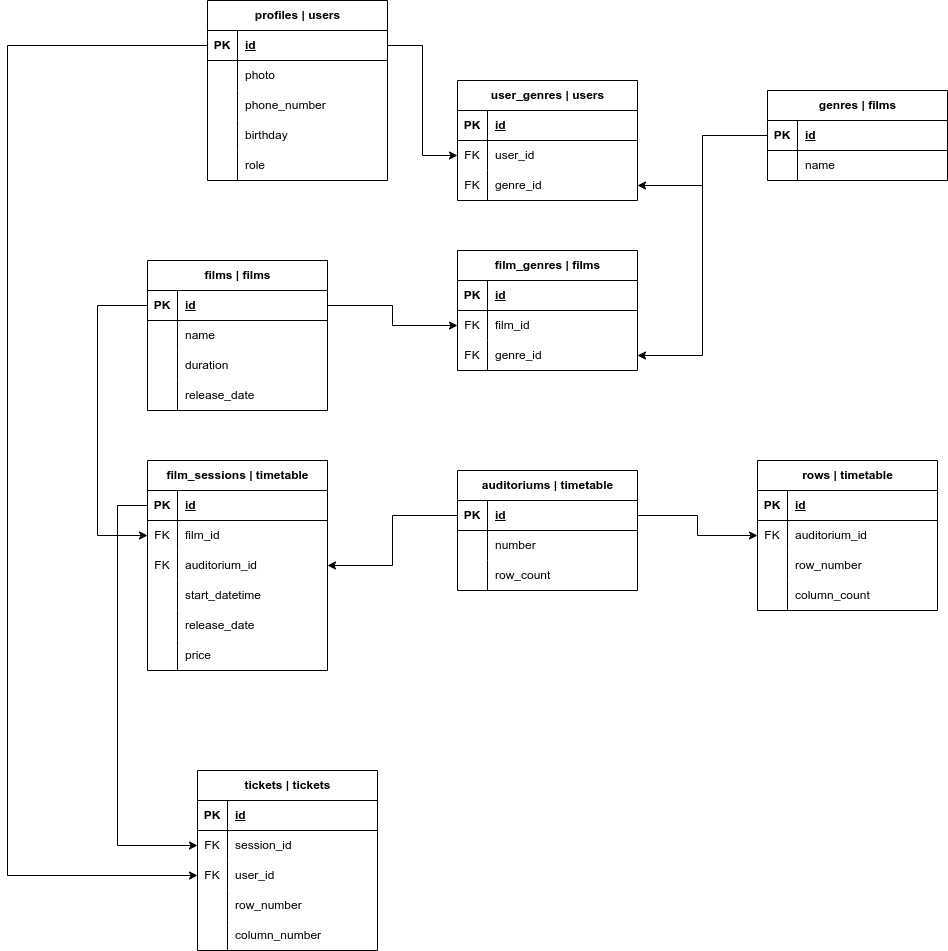
AndreiDuvakin/Django_CineSync keeps this draw.io diagram as Документы/База.drawio.png. Above is the earlier version. Source tidied: cells renumbered, new cells last; positions are measured from the earlier drawing's top-left corner, leaving out a move shared by most shapes.
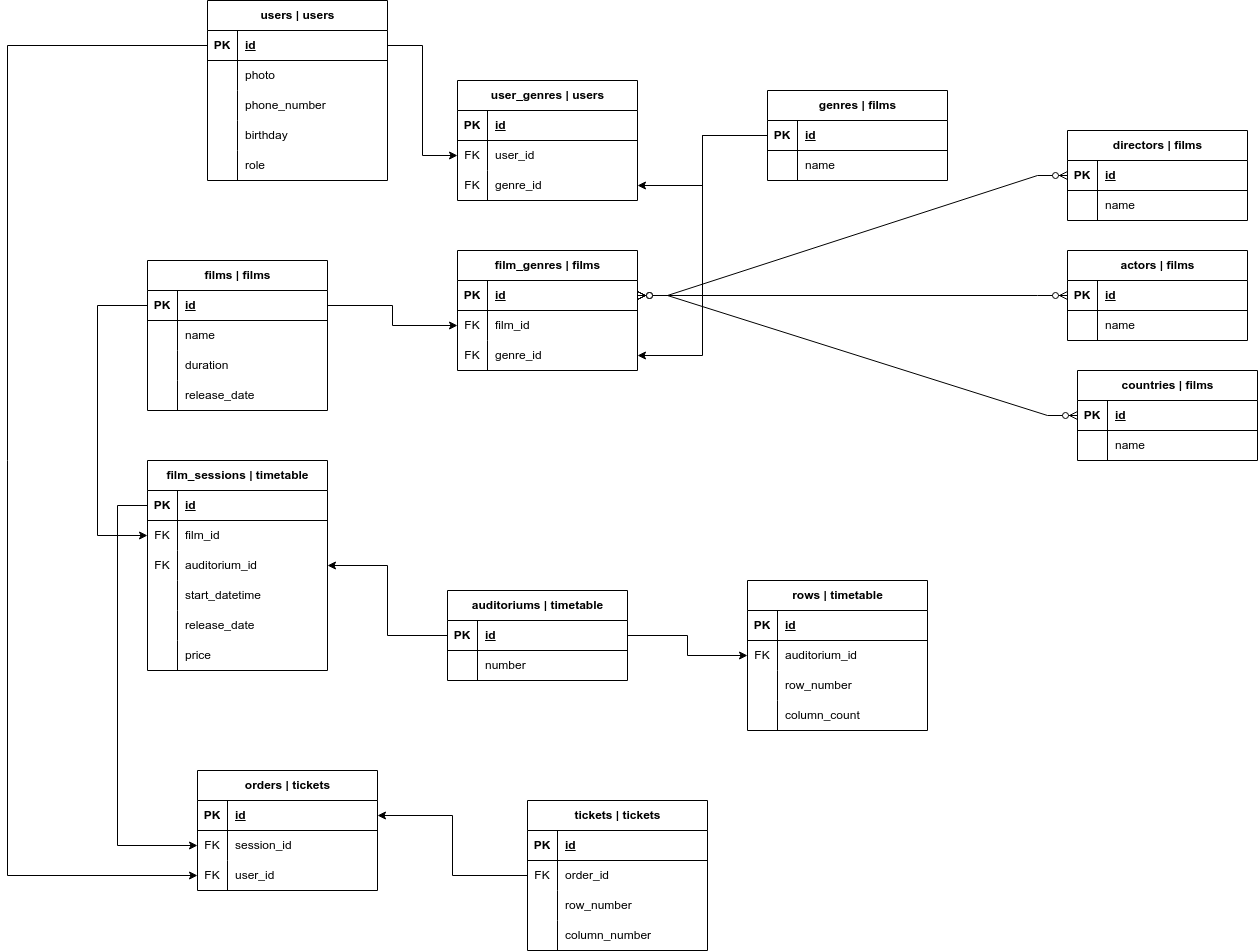
Later version of the same file.

Diff of the diagram source:
```diff
@@ -2,7 +2,7 @@
   <root>
     <mxCell id="0" />
     <mxCell id="1" parent="0" />
-    <mxCell id="2" value="profiles | users" style="shape=table;startSize=30;rowLines=0;fontStyle=1;align=center;html=1;" parent="1" vertex="1">
+    <mxCell id="2" value="users | users" style="shape=table;startSize=30;rowLines=0;fontStyle=1;align=center;html=1;" parent="1" vertex="1">
       <mxGeometry x="200" width="180" height="180" as="geometry" />
     </mxCell>
     <mxCell id="3" style="shape=tableRow;horizontal=0;startSize=0;swimlaneHead=0;swimlaneBody=0;fillColor=none;points=[[0,0.5],[1,0.5]];portConstraint=eastwest;top=0;left=0;right=0;bottom=1;" parent="2" vertex="1">
@@ -14,13 +14,13 @@
     <mxCell id="5" value="id" style="shape=partialRectangle;fillColor=none;top=0;left=0;bottom=0;right=0;align=left;spacingLeft=6;fontStyle=5;overflow=hidden;whiteSpace=wrap;html=1;" parent="3" vertex="1">
       <mxGeometry x="30" width="150" height="30" as="geometry" />
     </mxCell>
-    <mxCell id="6" style="shape=tableRow;horizontal=0;startSize=0;swimlaneHead=0;swimlaneBody=0;fillColor=none;top=0;left=0;right=0;bottom=0;" parent="2" vertex="1">
-      <mxGeometry y="60" width="180" height="30" as="geometry" />
-    </mxCell>
-    <mxCell id="7" style="shape=partialRectangle;fillColor=none;top=0;left=0;bottom=0;right=0;overflow=hidden;whiteSpace=wrap;html=1;" parent="6" vertex="1">
-      <mxGeometry width="30" height="30" as="geometry" />
-    </mxCell>
+    <mxCell id="125" style="shape=tableRow;horizontal=0;startSize=0;swimlaneHead=0;swimlaneBody=0;fillColor=none;top=0;left=0;right=0;bottom=0;" parent="2" vertex="1">
+      <mxGeometry y="60" width="180" height="30" as="geometry" />
+    </mxCell>
+    <mxCell id="126" style="shape=partialRectangle;fillColor=none;top=0;left=0;bottom=0;right=0;overflow=hidden;whiteSpace=wrap;html=1;" parent="125" vertex="1">
+      <mxGeometry width="30" height="30" as="geometry" />
+    </mxCell>
-    <mxCell id="8" value="photo" style="shape=partialRectangle;fillColor=none;top=0;left=0;bottom=0;right=0;align=left;spacingLeft=6;overflow=hidden;whiteSpace=wrap;html=1;" parent="6" vertex="1">
+    <mxCell id="8" value="photo" style="shape=partialRectangle;fillColor=none;top=0;left=0;bottom=0;right=0;align=left;spacingLeft=6;overflow=hidden;whiteSpace=wrap;html=1;" parent="125" vertex="1">
       <mxGeometry x="30" width="150" height="30" as="geometry" />
     </mxCell>
     <mxCell id="9" style="shape=tableRow;horizontal=0;startSize=0;swimlaneHead=0;swimlaneBody=0;fillColor=none;top=0;left=0;right=0;bottom=0;" parent="2" vertex="1">
@@ -248,7 +248,7 @@
       </mxGeometry>
     </mxCell>
     <mxCell id="82" value="auditoriums | timetable" style="shape=table;startSize=30;rowLines=0;fontStyle=1;align=center;html=1;" parent="1" vertex="1">
-      <mxGeometry x="450" y="470" width="180" height="120" as="geometry" />
+      <mxGeometry x="440" y="590" width="180" height="90" as="geometry" />
     </mxCell>
     <mxCell id="83" style="shape=tableRow;horizontal=0;startSize=0;swimlaneHead=0;swimlaneBody=0;fillColor=none;points=[[0,0.5],[1,0.5]];portConstraint=eastwest;top=0;left=0;right=0;bottom=1;" parent="82" vertex="1">
       <mxGeometry y="30" width="180" height="30" as="geometry" />
@@ -268,17 +268,8 @@
     <mxCell id="88" value="number" style="shape=partialRectangle;fillColor=none;top=0;left=0;bottom=0;right=0;align=left;spacingLeft=6;overflow=hidden;whiteSpace=wrap;html=1;" parent="86" vertex="1">
       <mxGeometry x="30" width="150" height="30" as="geometry" />
     </mxCell>
-    <mxCell id="89" style="shape=tableRow;horizontal=0;startSize=0;swimlaneHead=0;swimlaneBody=0;fillColor=none;top=0;left=0;right=0;bottom=0;" parent="82" vertex="1">
-      <mxGeometry y="90" width="180" height="30" as="geometry" />
-    </mxCell>
-    <mxCell id="90" style="shape=partialRectangle;fillColor=none;top=0;left=0;bottom=0;right=0;overflow=hidden;whiteSpace=wrap;html=1;" parent="89" vertex="1">
-      <mxGeometry width="30" height="30" as="geometry" />
-    </mxCell>
-    <mxCell id="91" value="row_count" style="shape=partialRectangle;fillColor=none;top=0;left=0;bottom=0;right=0;align=left;spacingLeft=6;overflow=hidden;whiteSpace=wrap;html=1;" parent="89" vertex="1">
-      <mxGeometry x="30" width="150" height="30" as="geometry" />
-    </mxCell>
     <mxCell id="92" value="rows | timetable" style="shape=table;startSize=30;rowLines=0;fontStyle=1;align=center;html=1;" parent="1" vertex="1">
-      <mxGeometry x="750" y="460" width="180" height="150" as="geometry" />
+      <mxGeometry x="740" y="580" width="180" height="150" as="geometry" />
     </mxCell>
     <mxCell id="93" style="shape=tableRow;horizontal=0;startSize=0;swimlaneHead=0;swimlaneBody=0;fillColor=none;top=0;left=0;right=0;bottom=1;" parent="92" vertex="1">
       <mxGeometry y="30" width="180" height="30" as="geometry" />
@@ -322,8 +313,8 @@
     <mxCell id="106" style="edgeStyle=orthogonalEdgeStyle;rounded=0;jettySize=auto;html=1;entryX=1;entryY=0.5;entryDx=0;entryDy=0;" parent="1" edge="1" source="83" target="69">
       <mxGeometry relative="1" as="geometry" />
     </mxCell>
-    <mxCell id="107" value="tickets | tickets" style="shape=table;startSize=30;rowLines=0;fontStyle=1;align=center;html=1;" parent="1" vertex="1">
-      <mxGeometry x="190" y="770" width="180" height="180" as="geometry" />
+    <mxCell id="107" value="orders | tickets" style="shape=table;startSize=30;rowLines=0;fontStyle=1;align=center;html=1;" parent="1" vertex="1">
+      <mxGeometry x="190" y="770" width="180" height="120" as="geometry" />
     </mxCell>
     <mxCell id="108" style="shape=tableRow;horizontal=0;startSize=0;swimlaneHead=0;swimlaneBody=0;fillColor=none;points=[[0,0.5],[1,0.5]];portConstraint=eastwest;top=0;left=0;right=0;bottom=1;" parent="107" vertex="1">
       <mxGeometry y="30" width="180" height="30" as="geometry" />
@@ -352,24 +343,6 @@
     <mxCell id="116" value="user_id" style="shape=partialRectangle;fillColor=none;top=0;left=0;bottom=0;right=0;align=left;spacingLeft=6;overflow=hidden;whiteSpace=wrap;html=1;" parent="114" vertex="1">
       <mxGeometry x="30" width="150" height="30" as="geometry" />
     </mxCell>
-    <mxCell id="117" style="shape=tableRow;horizontal=0;startSize=0;swimlaneHead=0;swimlaneBody=0;fillColor=none;top=0;left=0;right=0;bottom=0;" parent="107" vertex="1">
-      <mxGeometry y="120" width="180" height="30" as="geometry" />
-    </mxCell>
-    <mxCell id="118" style="shape=partialRectangle;fillColor=none;top=0;left=0;bottom=0;right=0;overflow=hidden;whiteSpace=wrap;html=1;" parent="117" vertex="1">
-      <mxGeometry width="30" height="30" as="geometry" />
-    </mxCell>
-    <mxCell id="119" value="row_number" style="shape=partialRectangle;fillColor=none;top=0;left=0;bottom=0;right=0;align=left;spacingLeft=6;overflow=hidden;whiteSpace=wrap;html=1;" parent="117" vertex="1">
-      <mxGeometry x="30" width="150" height="30" as="geometry" />
-    </mxCell>
-    <mxCell id="120" style="shape=tableRow;horizontal=0;startSize=0;swimlaneHead=0;swimlaneBody=0;fillColor=none;top=0;left=0;right=0;bottom=0;" parent="107" vertex="1">
-      <mxGeometry y="150" width="180" height="30" as="geometry" />
-    </mxCell>
-    <mxCell id="121" style="shape=partialRectangle;fillColor=none;top=0;left=0;bottom=0;right=0;overflow=hidden;whiteSpace=wrap;html=1;" parent="120" vertex="1">
-      <mxGeometry width="30" height="30" as="geometry" />
-    </mxCell>
-    <mxCell id="122" value="column_number" style="shape=partialRectangle;fillColor=none;top=0;left=0;bottom=0;right=0;align=left;spacingLeft=6;overflow=hidden;whiteSpace=wrap;html=1;" parent="120" vertex="1">
-      <mxGeometry x="30" width="150" height="30" as="geometry" />
-    </mxCell>
     <mxCell id="123" style="edgeStyle=orthogonalEdgeStyle;rounded=0;jettySize=auto;html=1;entryX=0;entryY=0.5;entryDx=0;entryDy=0;" parent="1" edge="1" source="63" target="111">
       <mxGeometry relative="1" as="geometry">
         <Array as="points">
@@ -386,5 +359,119 @@
         </Array>
       </mxGeometry>
     </mxCell>
+    <mxCell id="127" style="edgeStyle=orthogonalEdgeStyle;rounded=0;jettySize=auto;html=1;entryX=1;entryY=0.5;entryDx=0;entryDy=0;" parent="1" edge="1" source="128" target="108">
+      <mxGeometry relative="1" as="geometry" />
+    </mxCell>
+    <mxCell id="128" value="tickets | tickets" style="shape=table;startSize=30;rowLines=0;fontStyle=1;align=center;html=1;" parent="1" vertex="1">
+      <mxGeometry x="520" y="800" width="180" height="150" as="geometry" />
+    </mxCell>
+    <mxCell id="129" style="shape=tableRow;horizontal=0;startSize=0;swimlaneHead=0;swimlaneBody=0;fillColor=none;top=0;left=0;right=0;bottom=1;" parent="128" vertex="1">
+      <mxGeometry y="30" width="180" height="30" as="geometry" />
+    </mxCell>
+    <mxCell id="130" value="PK" style="shape=partialRectangle;fillColor=none;top=0;left=0;bottom=0;right=0;fontStyle=1;overflow=hidden;whiteSpace=wrap;html=1;" parent="129" vertex="1">
+      <mxGeometry width="30" height="30" as="geometry" />
+    </mxCell>
+    <mxCell id="131" value="id" style="shape=partialRectangle;fillColor=none;top=0;left=0;bottom=0;right=0;align=left;spacingLeft=6;fontStyle=5;overflow=hidden;whiteSpace=wrap;html=1;" parent="129" vertex="1">
+      <mxGeometry x="30" width="150" height="30" as="geometry" />
+    </mxCell>
+    <mxCell id="132" style="shape=tableRow;horizontal=0;startSize=0;swimlaneHead=0;swimlaneBody=0;fillColor=none;top=0;left=0;right=0;bottom=0;" parent="128" vertex="1">
+      <mxGeometry y="60" width="180" height="30" as="geometry" />
+    </mxCell>
+    <mxCell id="133" value="FK" style="shape=partialRectangle;fillColor=none;top=0;left=0;bottom=0;right=0;overflow=hidden;whiteSpace=wrap;html=1;" parent="132" vertex="1">
+      <mxGeometry width="30" height="30" as="geometry" />
+    </mxCell>
+    <mxCell id="134" value="order_id" style="shape=partialRectangle;fillColor=none;top=0;left=0;bottom=0;right=0;align=left;spacingLeft=6;overflow=hidden;whiteSpace=wrap;html=1;" parent="132" vertex="1">
+      <mxGeometry x="30" width="150" height="30" as="geometry" />
+    </mxCell>
+    <mxCell id="89" style="shape=tableRow;horizontal=0;startSize=0;swimlaneHead=0;swimlaneBody=0;fillColor=none;top=0;left=0;right=0;bottom=0;" parent="128" vertex="1">
+      <mxGeometry y="90" width="180" height="30" as="geometry" />
+    </mxCell>
+    <mxCell id="135" style="shape=partialRectangle;fillColor=none;top=0;left=0;bottom=0;right=0;overflow=hidden;whiteSpace=wrap;html=1;" parent="89" vertex="1">
+      <mxGeometry width="30" height="30" as="geometry" />
+    </mxCell>
+    <mxCell id="119" value="row_number" style="shape=partialRectangle;fillColor=none;top=0;left=0;bottom=0;right=0;align=left;spacingLeft=6;overflow=hidden;whiteSpace=wrap;html=1;" parent="89" vertex="1">
+      <mxGeometry x="30" width="150" height="30" as="geometry" />
+    </mxCell>
+    <mxCell id="117" style="shape=tableRow;horizontal=0;startSize=0;swimlaneHead=0;swimlaneBody=0;fillColor=none;top=0;left=0;right=0;bottom=0;" parent="128" vertex="1">
+      <mxGeometry y="120" width="180" height="30" as="geometry" />
+    </mxCell>
+    <mxCell id="136" style="shape=partialRectangle;fillColor=none;top=0;left=0;bottom=0;right=0;overflow=hidden;whiteSpace=wrap;html=1;" parent="117" vertex="1">
+      <mxGeometry width="30" height="30" as="geometry" />
+    </mxCell>
+    <mxCell id="122" value="column_number" style="shape=partialRectangle;fillColor=none;top=0;left=0;bottom=0;right=0;align=left;spacingLeft=6;overflow=hidden;whiteSpace=wrap;html=1;" parent="117" vertex="1">
+      <mxGeometry x="30" width="150" height="30" as="geometry" />
+    </mxCell>
+    <mxCell id="137" value="countries | films" style="shape=table;startSize=30;rowLines=0;fontStyle=1;align=center;html=1;" parent="1" vertex="1">
+      <mxGeometry x="1070" y="370" width="180" height="90" as="geometry" />
+    </mxCell>
+    <mxCell id="138" style="shape=tableRow;horizontal=0;startSize=0;swimlaneHead=0;swimlaneBody=0;fillColor=none;top=0;left=0;right=0;bottom=1;" parent="137" vertex="1">
+      <mxGeometry y="30" width="180" height="30" as="geometry" />
+    </mxCell>
+    <mxCell id="139" value="PK" style="shape=partialRectangle;fillColor=none;top=0;left=0;bottom=0;right=0;fontStyle=1;overflow=hidden;whiteSpace=wrap;html=1;" parent="138" vertex="1">
+      <mxGeometry width="30" height="30" as="geometry" />
+    </mxCell>
+    <mxCell id="140" value="id" style="shape=partialRectangle;fillColor=none;top=0;left=0;bottom=0;right=0;align=left;spacingLeft=6;fontStyle=5;overflow=hidden;whiteSpace=wrap;html=1;" parent="138" vertex="1">
+      <mxGeometry x="30" width="150" height="30" as="geometry" />
+    </mxCell>
+    <mxCell id="141" style="shape=tableRow;horizontal=0;startSize=0;swimlaneHead=0;swimlaneBody=0;fillColor=none;top=0;left=0;right=0;bottom=0;" parent="137" vertex="1">
+      <mxGeometry y="60" width="180" height="30" as="geometry" />
+    </mxCell>
+    <mxCell id="142" style="shape=partialRectangle;fillColor=none;top=0;left=0;bottom=0;right=0;overflow=hidden;whiteSpace=wrap;html=1;" parent="141" vertex="1">
+      <mxGeometry width="30" height="30" as="geometry" />
+    </mxCell>
+    <mxCell id="143" value="name" style="shape=partialRectangle;fillColor=none;top=0;left=0;bottom=0;right=0;align=left;spacingLeft=6;overflow=hidden;whiteSpace=wrap;html=1;" parent="141" vertex="1">
+      <mxGeometry x="30" width="150" height="30" as="geometry" />
+    </mxCell>
+    <mxCell id="144" value="actors | films" style="shape=table;startSize=30;rowLines=0;fontStyle=1;align=center;html=1;" parent="1" vertex="1">
+      <mxGeometry x="1060" y="250" width="180" height="90" as="geometry" />
+    </mxCell>
+    <mxCell id="145" style="shape=tableRow;horizontal=0;startSize=0;swimlaneHead=0;swimlaneBody=0;fillColor=none;points=[[0,0.5],[1,0.5]];portConstraint=eastwest;top=0;left=0;right=0;bottom=1;" parent="144" vertex="1">
+      <mxGeometry y="30" width="180" height="30" as="geometry" />
+    </mxCell>
+    <mxCell id="146" value="PK" style="shape=partialRectangle;fillColor=none;top=0;left=0;bottom=0;right=0;fontStyle=1;overflow=hidden;whiteSpace=wrap;html=1;" parent="145" vertex="1">
+      <mxGeometry width="30" height="30" as="geometry" />
+    </mxCell>
+    <mxCell id="147" value="id" style="shape=partialRectangle;fillColor=none;top=0;left=0;bottom=0;right=0;align=left;spacingLeft=6;fontStyle=5;overflow=hidden;whiteSpace=wrap;html=1;" parent="145" vertex="1">
+      <mxGeometry x="30" width="150" height="30" as="geometry" />
+    </mxCell>
+    <mxCell id="148" style="shape=tableRow;horizontal=0;startSize=0;swimlaneHead=0;swimlaneBody=0;fillColor=none;top=0;left=0;right=0;bottom=0;" parent="144" vertex="1">
+      <mxGeometry y="60" width="180" height="30" as="geometry" />
+    </mxCell>
+    <mxCell id="149" style="shape=partialRectangle;fillColor=none;top=0;left=0;bottom=0;right=0;overflow=hidden;whiteSpace=wrap;html=1;" parent="148" vertex="1">
+      <mxGeometry width="30" height="30" as="geometry" />
+    </mxCell>
+    <mxCell id="150" value="name" style="shape=partialRectangle;fillColor=none;top=0;left=0;bottom=0;right=0;align=left;spacingLeft=6;overflow=hidden;whiteSpace=wrap;html=1;" parent="148" vertex="1">
+      <mxGeometry x="30" width="150" height="30" as="geometry" />
+    </mxCell>
+    <mxCell id="151" value="directors | films" style="shape=table;startSize=30;rowLines=0;fontStyle=1;align=center;html=1;" parent="1" vertex="1">
+      <mxGeometry x="1060" y="130" width="180" height="90" as="geometry" />
+    </mxCell>
+    <mxCell id="152" style="shape=tableRow;horizontal=0;startSize=0;swimlaneHead=0;swimlaneBody=0;fillColor=none;points=[[0,0.5],[1,0.5]];portConstraint=eastwest;top=0;left=0;right=0;bottom=1;" parent="151" vertex="1">
+      <mxGeometry y="30" width="180" height="30" as="geometry" />
+    </mxCell>
+    <mxCell id="153" value="PK" style="shape=partialRectangle;fillColor=none;top=0;left=0;bottom=0;right=0;fontStyle=1;overflow=hidden;whiteSpace=wrap;html=1;" parent="152" vertex="1">
+      <mxGeometry width="30" height="30" as="geometry" />
+    </mxCell>
+    <mxCell id="154" value="id" style="shape=partialRectangle;fillColor=none;top=0;left=0;bottom=0;right=0;align=left;spacingLeft=6;fontStyle=5;overflow=hidden;whiteSpace=wrap;html=1;" parent="152" vertex="1">
+      <mxGeometry x="30" width="150" height="30" as="geometry" />
+    </mxCell>
+    <mxCell id="155" style="shape=tableRow;horizontal=0;startSize=0;swimlaneHead=0;swimlaneBody=0;fillColor=none;top=0;left=0;right=0;bottom=0;" parent="151" vertex="1">
+      <mxGeometry y="60" width="180" height="30" as="geometry" />
+    </mxCell>
+    <mxCell id="156" style="shape=partialRectangle;fillColor=none;top=0;left=0;bottom=0;right=0;overflow=hidden;whiteSpace=wrap;html=1;" parent="155" vertex="1">
+      <mxGeometry width="30" height="30" as="geometry" />
+    </mxCell>
+    <mxCell id="157" value="name" style="shape=partialRectangle;fillColor=none;top=0;left=0;bottom=0;right=0;align=left;spacingLeft=6;overflow=hidden;whiteSpace=wrap;html=1;" parent="155" vertex="1">
+      <mxGeometry x="30" width="150" height="30" as="geometry" />
+    </mxCell>
+    <mxCell id="158" style="edgeStyle=entityRelationEdgeStyle;fontSize=12;html=1;endArrow=ERzeroToMany;endFill=1;startArrow=ERzeroToMany;rounded=0;exitX=1;exitY=0.5;exitDx=0;exitDy=0;entryX=0;entryY=0.5;entryDx=0;entryDy=0;" parent="1" edge="1" source="51" target="152">
+      <mxGeometry relative="1" as="geometry" />
+    </mxCell>
+    <mxCell id="159" style="edgeStyle=entityRelationEdgeStyle;fontSize=12;html=1;endArrow=ERzeroToMany;endFill=1;startArrow=ERzeroToMany;rounded=0;exitX=1;exitY=0.5;exitDx=0;exitDy=0;entryX=0;entryY=0.5;entryDx=0;entryDy=0;" parent="1" edge="1" source="51" target="145">
+      <mxGeometry relative="1" as="geometry" />
+    </mxCell>
+    <mxCell id="160" style="edgeStyle=entityRelationEdgeStyle;fontSize=12;html=1;endArrow=ERzeroToMany;endFill=1;startArrow=ERzeroToMany;rounded=0;exitX=1;exitY=0.5;exitDx=0;exitDy=0;entryX=0;entryY=0.5;entryDx=0;entryDy=0;" parent="1" edge="1" source="51" target="137">
+      <mxGeometry relative="1" as="geometry" />
+    </mxCell>
   </root>
 </mxGraphModel>
```
